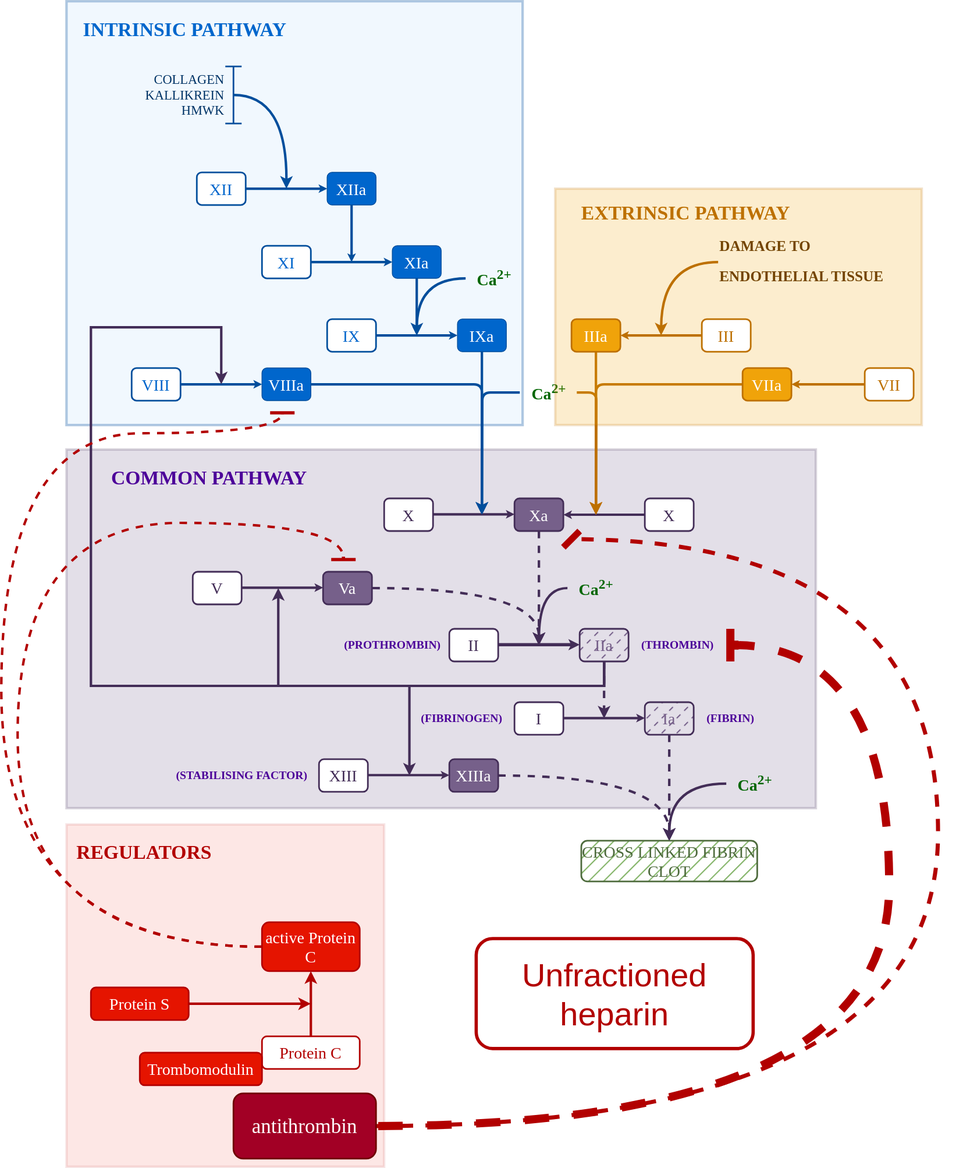
rmvpaeme/stolling keeps this draw.io diagram as images/UFH.drawio.svg. Above is the earlier version. Source tidied: cells renumbered, new cells last; positions are measured from the earlier drawing's top-left corner, leaving out a move shared by most shapes.
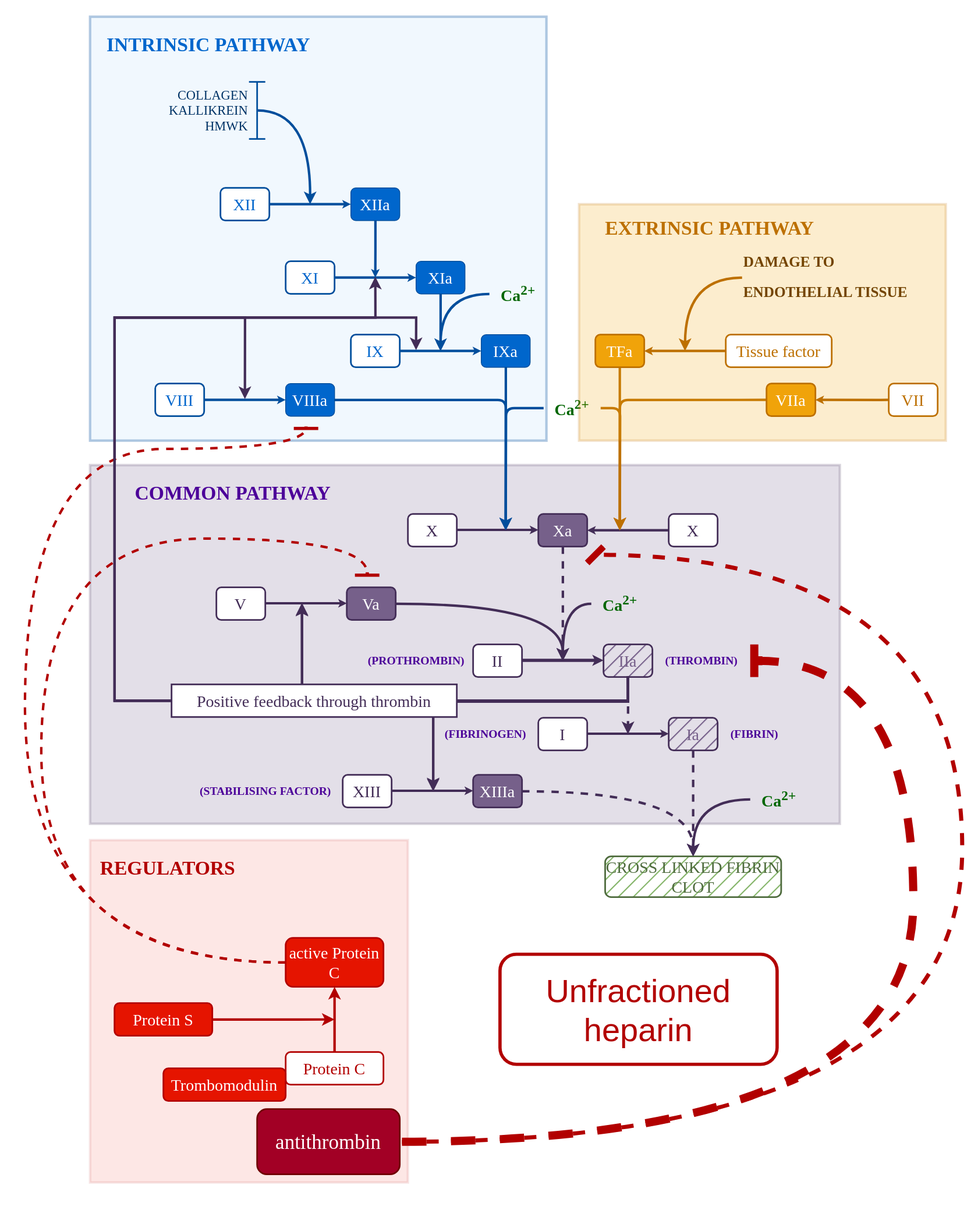
The same diagram one commit later.

The edit, as a diff of the source:
```diff
@@ -1,10 +1,11 @@
 <mxGraphModel>
   <root>
     <mxCell id="0" />
+    <mxCell id="100" value="frame" parent="0" />
+    <mxCell id="101" style="rounded=0;whiteSpace=wrap;html=1;fillColor=default;strokeColor=none;opacity=0;" parent="100" vertex="1">
+      <mxGeometry x="-30" y="-20" width="1200" height="1510" as="geometry" />
+    </mxCell>
     <mxCell id="1" value="aPTT en UFH" parent="0" />
-    <mxCell id="2" style="rounded=0;whiteSpace=wrap;html=1;strokeColor=none;" parent="1" vertex="1">
-      <mxGeometry x="80" width="1100" height="1430" as="geometry" />
-    </mxCell>
     <mxCell id="3" style="rounded=0;whiteSpace=wrap;html=1;fillColor=#e51400;strokeWidth=3;strokeColor=#B20000;opacity=10;fontColor=#ffffff;" parent="1" vertex="1">
       <mxGeometry x="80" y="1010" width="390" height="420" as="geometry" />
     </mxCell>
@@ -113,7 +114,7 @@
     <mxCell id="32" style="edgeStyle=orthogonalEdgeStyle;rounded=0;jettySize=auto;html=1;strokeWidth=3;strokeColor=#432d57;flowAnimation=0;shadow=0;endSize=1;startSize=1;jumpSize=6;entryX=1;entryY=0.5;entryDx=0;entryDy=0;exitX=0;exitY=0.5;exitDx=0;exitDy=0;" parent="1" edge="1" source="31" target="28">
       <mxGeometry relative="1" as="geometry" />
     </mxCell>
-    <mxCell id="33" style="edgeStyle=orthogonalEdgeStyle;rounded=0;jettySize=auto;html=1;curved=1;strokeWidth=3;strokeColor=#432d57;dashed=1;flowAnimation=1;flowAnimationTimingFunction=linear;flowAnimationDuration=500;flowAnimationDirection=normal;" parent="1" edge="1" source="34">
+    <mxCell id="33" style="edgeStyle=orthogonalEdgeStyle;rounded=0;jettySize=auto;html=1;curved=1;strokeWidth=3;strokeColor=#432d57;flowAnimation=0;flowAnimationTimingFunction=linear;flowAnimationDuration=500;flowAnimationDirection=normal;" parent="1" edge="1" source="34">
       <mxGeometry relative="1" as="geometry">
         <mxPoint x="660" y="790" as="targetPoint" />
       </mxGeometry>
@@ -139,17 +140,6 @@
         </Array>
       </mxGeometry>
     </mxCell>
-    <mxCell id="38" style="edgeStyle=orthogonalEdgeStyle;rounded=0;jettySize=auto;html=1;strokeWidth=3;strokeColor=#432D57;flowAnimation=0;" parent="1" edge="1" source="40">
-      <mxGeometry relative="1" as="geometry">
-        <mxPoint x="270" y="470" as="targetPoint" />
-        <Array as="points">
-          <mxPoint x="740" y="840" />
-          <mxPoint x="110" y="840" />
-          <mxPoint x="110" y="400" />
-          <mxPoint x="270" y="400" />
-        </Array>
-      </mxGeometry>
-    </mxCell>
     <mxCell id="39" style="edgeStyle=orthogonalEdgeStyle;rounded=0;jettySize=auto;html=1;strokeWidth=3;strokeColor=#432D57;flowAnimation=0;" parent="1" edge="1" source="40">
       <mxGeometry relative="1" as="geometry">
         <mxPoint x="500" y="950" as="targetPoint" />
@@ -159,7 +149,7 @@
         </Array>
       </mxGeometry>
     </mxCell>
-    <mxCell id="40" value="&lt;font face=&quot;Tahoma&quot;&gt;&lt;span style=&quot;font-size: 20px;&quot;&gt;IIa&lt;/span&gt;&lt;/font&gt;" style="rounded=1;whiteSpace=wrap;html=1;fillColor=#76608a;fontColor=#76608A;strokeColor=#432D57;strokeWidth=2;fillStyle=dashed;" parent="1" vertex="1">
+    <mxCell id="40" value="&lt;font face=&quot;Tahoma&quot;&gt;&lt;span style=&quot;font-size: 20px;&quot;&gt;IIa&lt;/span&gt;&lt;/font&gt;" style="rounded=1;whiteSpace=wrap;html=1;fillColor=#76608a;fontColor=#76608A;strokeColor=#432D57;strokeWidth=2;fillStyle=hatch;" parent="1" vertex="1">
       <mxGeometry x="710" y="770" width="60" height="40" as="geometry" />
     </mxCell>
     <mxCell id="41" value="&lt;font face=&quot;Tahoma&quot;&gt;&lt;span style=&quot;font-size: 20px;&quot;&gt;II&lt;/span&gt;&lt;/font&gt;" style="rounded=1;whiteSpace=wrap;html=1;strokeWidth=2;strokeColor=#432D57;fontColor=#432D57;" parent="1" vertex="1">
@@ -177,7 +167,7 @@
     <mxCell id="44" style="edgeStyle=orthogonalEdgeStyle;rounded=0;jettySize=auto;html=1;entryX=0.5;entryY=0;entryDx=0;entryDy=0;strokeColor=#432D57;strokeWidth=3;dashed=1;flowAnimation=1;flowAnimationTimingFunction=ease-in-out;flowAnimationDuration=400;flowAnimationDirection=alternate-reverse;" parent="1" edge="1" source="45" target="54">
       <mxGeometry relative="1" as="geometry" />
     </mxCell>
-    <mxCell id="45" value="&lt;font face=&quot;Tahoma&quot;&gt;&lt;span style=&quot;font-size: 20px;&quot;&gt;Ia&lt;/span&gt;&lt;/font&gt;" style="rounded=1;whiteSpace=wrap;html=1;fillColor=#76608a;fontColor=#76608A;strokeColor=#432D57;strokeWidth=2;fillStyle=dashed;" parent="1" vertex="1">
+    <mxCell id="45" value="&lt;font face=&quot;Tahoma&quot;&gt;&lt;span style=&quot;font-size: 20px;&quot;&gt;Ia&lt;/span&gt;&lt;/font&gt;" style="rounded=1;whiteSpace=wrap;html=1;fillColor=#76608a;fontColor=#76608A;strokeColor=#432D57;strokeWidth=2;fillStyle=hatch;" parent="1" vertex="1">
       <mxGeometry x="790" y="860" width="60" height="40" as="geometry" />
     </mxCell>
     <mxCell id="46" value="&lt;font face=&quot;Tahoma&quot;&gt;&lt;span style=&quot;font-size: 20px;&quot;&gt;I&lt;/span&gt;&lt;/font&gt;" style="rounded=1;whiteSpace=wrap;html=1;strokeWidth=2;strokeColor=#432D57;fontColor=#432D57;" parent="1" vertex="1">
@@ -346,11 +336,11 @@
     <mxCell id="84" value="&lt;h1&gt;&lt;font color=&quot;#bd7000&quot;&gt;EXTRINSIC PATHWAY&lt;/font&gt;&lt;/h1&gt;" style="text;html=1;align=center;verticalAlign=middle;strokeColor=none;fillColor=none;fontColor=#0066cc;fontFamily=Tahoma;" parent="1" vertex="1">
       <mxGeometry x="695" y="225" width="290" height="70" as="geometry" />
     </mxCell>
-    <mxCell id="85" value="&lt;font color=&quot;#ffffff&quot;&gt;&lt;span style=&quot;font-size: 20px;&quot;&gt;IIIa&lt;/span&gt;&lt;/font&gt;" style="rounded=1;whiteSpace=wrap;html=1;fillColor=#f0a30a;fontColor=#000000;strokeColor=#BD7000;strokeWidth=2;fontFamily=Tahoma;" parent="1" vertex="1">
+    <mxCell id="85" value="&lt;font color=&quot;#ffffff&quot;&gt;&lt;span style=&quot;font-size: 20px;&quot;&gt;TFa&lt;/span&gt;&lt;/font&gt;" style="rounded=1;whiteSpace=wrap;html=1;fillColor=#f0a30a;fontColor=#000000;strokeColor=#BD7000;strokeWidth=2;fontFamily=Tahoma;" parent="1" vertex="1">
       <mxGeometry x="700" y="390" width="60" height="40" as="geometry" />
     </mxCell>
-    <mxCell id="86" value="&lt;font face=&quot;Tahoma&quot;&gt;&lt;span style=&quot;font-size: 20px;&quot;&gt;III&lt;/span&gt;&lt;/font&gt;" style="rounded=1;whiteSpace=wrap;html=1;strokeWidth=2;strokeColor=#BD7000;fontColor=#BD7000;" parent="1" vertex="1">
-      <mxGeometry x="860" y="390" width="60" height="40" as="geometry" />
+    <mxCell id="86" value="&lt;font face=&quot;Tahoma&quot;&gt;&lt;span style=&quot;font-size: 20px;&quot;&gt;Tissue factor&lt;/span&gt;&lt;/font&gt;" style="rounded=1;whiteSpace=wrap;html=1;strokeWidth=2;strokeColor=#BD7000;fontColor=#BD7000;" parent="1" vertex="1">
+      <mxGeometry x="860" y="390" width="130" height="40" as="geometry" />
     </mxCell>
     <mxCell id="87" style="edgeStyle=orthogonalEdgeStyle;rounded=0;jettySize=auto;html=1;strokeWidth=3;strokeColor=#BD7000;flowAnimation=0;shadow=0;endSize=1;startSize=1;jumpSize=6;entryX=1;entryY=0.5;entryDx=0;entryDy=0;exitX=0;exitY=0.5;exitDx=0;exitDy=0;fontColor=#BD7000;" parent="1" edge="1" source="86" target="85">
       <mxGeometry relative="1" as="geometry" />
@@ -382,7 +372,7 @@
         <mxPoint x="740" y="880" as="targetPoint" />
       </mxGeometry>
     </mxCell>
-    <mxCell id="94" style="edgeStyle=orthogonalEdgeStyle;rounded=0;jettySize=auto;html=1;dashed=1;curved=1;strokeWidth=5;strokeColor=#B20000;endArrow=baseDash;endFill=0;endSize=0;startSize=5;flowAnimation=1;" parent="1" edge="1" source="95">
+    <mxCell id="94" style="edgeStyle=orthogonalEdgeStyle;rounded=0;jettySize=auto;html=1;dashed=1;curved=1;strokeWidth=5;strokeColor=#B20000;endArrow=baseDash;endFill=0;endSize=0;startSize=5;flowAnimation=1;flowAnimationDuration=100;" parent="1" edge="1" source="95">
       <mxGeometry relative="1" as="geometry">
         <mxPoint x="700" y="660" as="targetPoint" />
         <Array as="points">
@@ -416,5 +406,64 @@
     <mxCell id="99" value="&lt;span style=&quot;font-size: 40px;&quot;&gt;Unfractioned heparin&lt;/span&gt;" style="rounded=1;whiteSpace=wrap;html=1;strokeColor=#B20000;strokeWidth=4;fontColor=#B20000;fillStyle=auto;fillColor=#FFFFFF;labelBorderColor=none;labelBackgroundColor=none;textShadow=0;gradientColor=none;rotation=0;" parent="1" vertex="1">
       <mxGeometry x="583" y="1150" width="340" height="135" as="geometry" />
     </mxCell>
+    <mxCell id="102" style="edgeStyle=orthogonalEdgeStyle;rounded=0;orthogonalLoop=1;jettySize=auto;html=1;strokeWidth=3;strokeColor=#432D57;flowAnimation=0;" parent="1" edge="1">
+      <mxGeometry relative="1" as="geometry">
+        <mxPoint x="740" y="809" as="sourcePoint" />
+        <mxPoint x="340" y="719" as="targetPoint" />
+        <Array as="points">
+          <mxPoint x="740" y="839" />
+          <mxPoint x="340" y="839" />
+        </Array>
+      </mxGeometry>
+    </mxCell>
+    <mxCell id="103" style="edgeStyle=orthogonalEdgeStyle;rounded=0;orthogonalLoop=1;jettySize=auto;html=1;strokeWidth=3;strokeColor=#432D57;flowAnimation=0;" parent="1" edge="1">
+      <mxGeometry relative="1" as="geometry">
+        <mxPoint x="740" y="809" as="sourcePoint" />
+        <mxPoint x="270" y="469" as="targetPoint" />
+        <Array as="points">
+          <mxPoint x="740" y="839" />
+          <mxPoint x="110" y="839" />
+          <mxPoint x="110" y="369" />
+          <mxPoint x="270" y="369" />
+        </Array>
+      </mxGeometry>
+    </mxCell>
+    <mxCell id="104" style="edgeStyle=orthogonalEdgeStyle;rounded=0;orthogonalLoop=1;jettySize=auto;html=1;strokeWidth=3;strokeColor=#432D57;flowAnimation=0;" parent="1" edge="1">
+      <mxGeometry relative="1" as="geometry">
+        <mxPoint x="740" y="809" as="sourcePoint" />
+        <mxPoint x="500" y="949" as="targetPoint" />
+        <Array as="points">
+          <mxPoint x="740" y="839" />
+          <mxPoint x="501" y="839" />
+        </Array>
+      </mxGeometry>
+    </mxCell>
+    <mxCell id="105" style="edgeStyle=orthogonalEdgeStyle;rounded=0;orthogonalLoop=1;jettySize=auto;html=1;strokeColor=#432D57;strokeWidth=3;align=center;verticalAlign=middle;fontFamily=Helvetica;fontSize=11;fontColor=default;labelBackgroundColor=default;endArrow=classic;flowAnimation=0;" parent="1" edge="1">
+      <mxGeometry relative="1" as="geometry">
+        <mxPoint x="740" y="809" as="sourcePoint" />
+        <mxPoint x="430" y="319" as="targetPoint" />
+        <Array as="points">
+          <mxPoint x="740" y="839" />
+          <mxPoint x="110" y="839" />
+          <mxPoint x="110" y="369" />
+          <mxPoint x="430" y="369" />
+        </Array>
+      </mxGeometry>
+    </mxCell>
+    <mxCell id="106" style="edgeStyle=orthogonalEdgeStyle;rounded=0;orthogonalLoop=1;jettySize=auto;html=1;strokeColor=#432D57;strokeWidth=3;align=center;verticalAlign=middle;fontFamily=Helvetica;fontSize=11;fontColor=default;labelBackgroundColor=default;endArrow=classic;flowAnimation=0;" parent="1" edge="1">
+      <mxGeometry relative="1" as="geometry">
+        <mxPoint x="740" y="809" as="sourcePoint" />
+        <mxPoint x="480" y="409" as="targetPoint" />
+        <Array as="points">
+          <mxPoint x="740" y="839" />
+          <mxPoint x="110" y="839" />
+          <mxPoint x="110" y="369" />
+          <mxPoint x="480" y="369" />
+        </Array>
+      </mxGeometry>
+    </mxCell>
+    <mxCell id="107" value="Positive feedback through thrombin" style="rounded=0;whiteSpace=wrap;html=1;strokeColor=#432D57;strokeWidth=2;align=center;verticalAlign=middle;fontFamily=Tahoma;fontSize=20;fontColor=#432D57;fillColor=default;fillStyle=auto;" parent="1" vertex="1">
+      <mxGeometry x="180" y="819" width="350" height="40" as="geometry" />
+    </mxCell>
   </root>
 </mxGraphModel>
```
